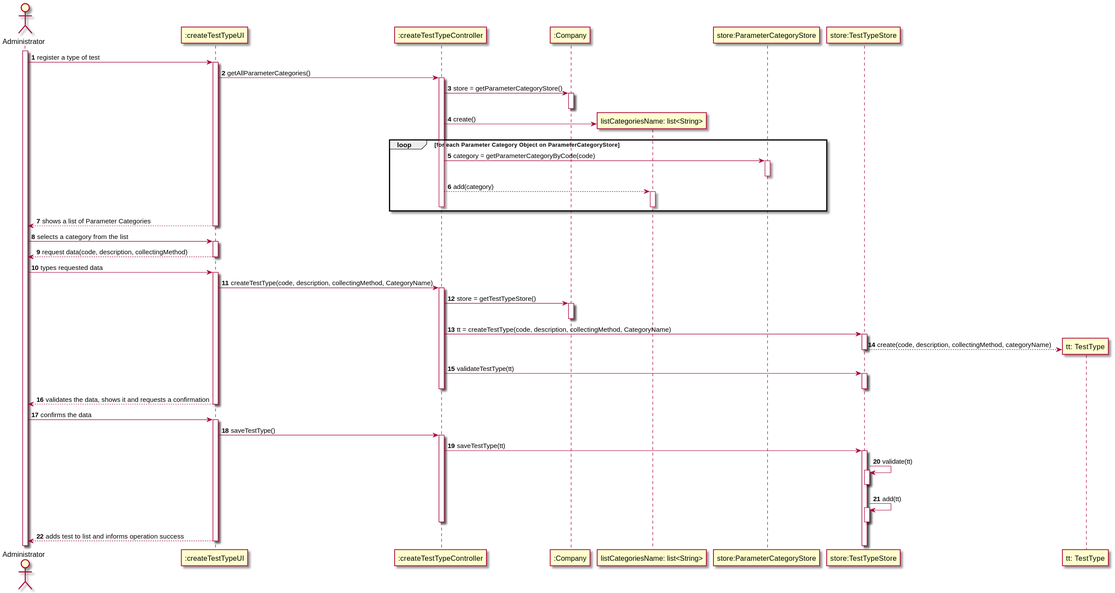
Above: docs/SprintB/US09/US09-SD.svg in 0franciscor/lei-21-s2-1de-g19 (PlantUML), before the change.
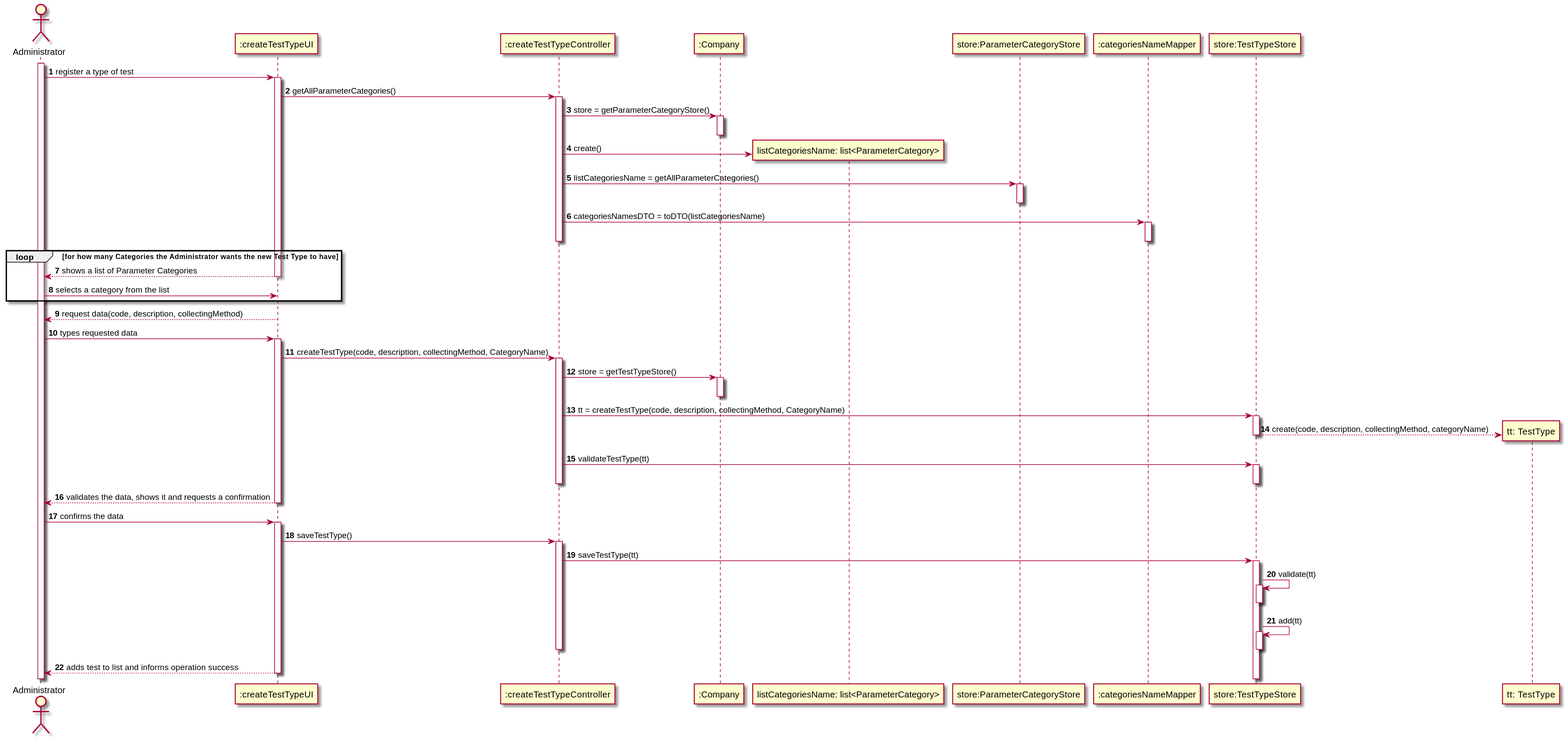
After the change.

What changed in the source:
```diff
@@ -16,27 +16,25 @@
 deactivate ":Company"
 
 
-create "listCategoriesName: list<String>"
-":createTestTypeController" -> "listCategoriesName: list<String>": create()
+create "listCategoriesName: list<ParameterCategory>"
+":createTestTypeController" -> "listCategoriesName: list<ParameterCategory>": create()
 
 
-loop for each Parameter Category Object on ParameterCategoryStore
-":createTestTypeController" -> "store:ParameterCategoryStore": category = getParameterCategoryByCode(code)
+":createTestTypeController" -> "store:ParameterCategoryStore": listCategoriesName = getAllParameterCategories()
+activate "store:ParameterCategoryStore"
+deactivate "store:ParameterCategoryStore"
 
 
-activate "store:ParameterCategoryStore"
-deactivate "store:ParameterCategoryStore"
-":createTestTypeController" --> "listCategoriesName: list<String>": add(category)
-activate "listCategoriesName: list<String>"
-deactivate "listCategoriesName: list<String>"
+":createTestTypeController" -> ":categoriesNameMapper": categoriesNamesDTO = toDTO(listCategoriesName)
+activate ":categoriesNameMapper"
+deactivate ":categoriesNameMapper"
 deactivate ":createTestTypeController"
-end
 
-
+loop for how many Categories the Administrator wants the new Test Type to have
 ":createTestTypeUI" --> admin: shows a list of Parameter Categories
 deactivate ":createTestTypeUI"
-
 admin -> ":createTestTypeUI": selects a category from the list
+end
 
 activate ":createTestTypeUI"
 ":createTestTypeUI" --> admin: request data(code, description, collectingMethod)
```
